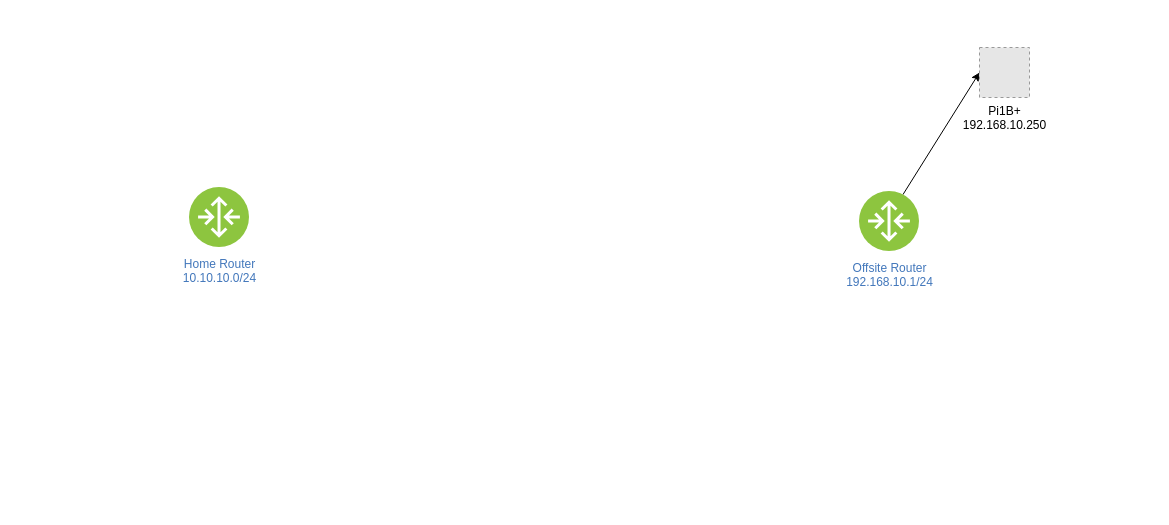
Before: tailnet.drawio in Lhtrf/drawio, a draw.io diagram. Source tidied: cells renumbered, new cells numbered last; positions are measured from the earlier drawing's top-left corner, leaving out a move shared by most shapes. Both pictures are drawn from the tidied source at 100%, with x=0, y=0 at pixel (189, 47). Pictures stored in the file or linked from it are replaced by grey dashed boxes.
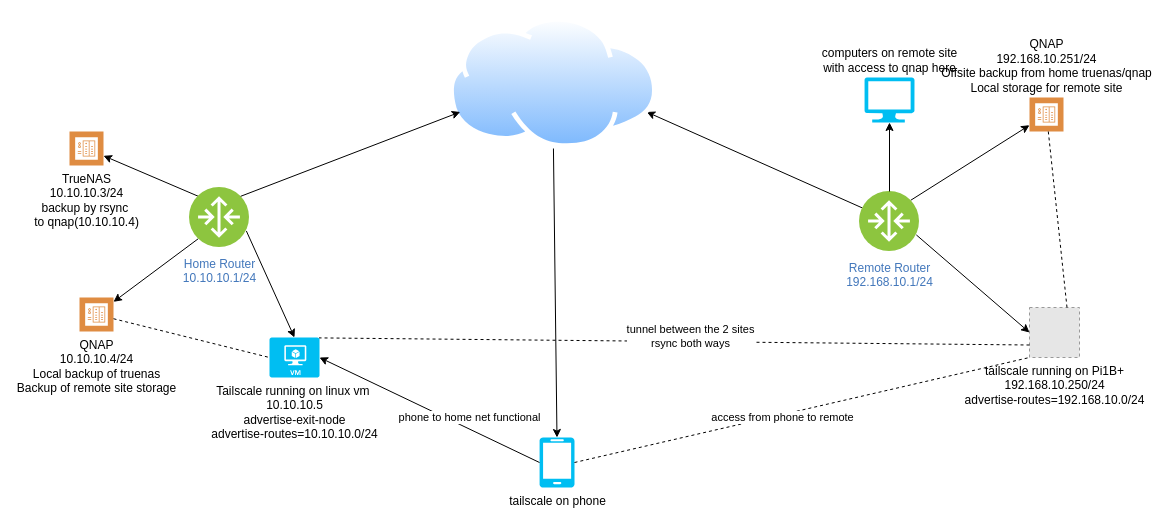
The same diagram, later.

Change to the diagram source:
```diff
@@
+    <mxCell id="6" style="rounded=0;jettySize=auto;html=1;exitX=0;exitY=1;exitDx=0;exitDy=0;" parent="1" edge="1" source="2" target="14">
+      <mxGeometry relative="1" as="geometry" />
+    </mxCell>
+    <mxCell id="7" style="rounded=0;jettySize=auto;html=1;exitX=0;exitY=0;exitDx=0;exitDy=0;" parent="1" edge="1" source="2" target="13">
+      <mxGeometry relative="1" as="geometry" />
+    </mxCell>
-    <mxCell id="2" value="&lt;div&gt;Home Router&lt;/div&gt;&lt;div&gt;10.10.10.0/24&lt;br&gt;&lt;/div&gt;" style="image;perimeter=ellipsePerimeter;html=1;align=center;shadow=0;dashed=0;fontColor=#4277BB;labelBackgroundColor=default;fontSize=12;spacingTop=3;image=img/lib/ibm/vpc/Router.svg;" parent="1" vertex="1">
+    <mxCell id="2" value="&lt;div&gt;Home Router&lt;/div&gt;&lt;div&gt;10.10.10.1/24&lt;br&gt;&lt;/div&gt;" style="image;perimeter=ellipsePerimeter;html=1;align=center;shadow=0;dashed=0;fontColor=#4277BB;labelBackgroundColor=default;fontSize=12;spacingTop=3;image=img/lib/ibm/vpc/Router.svg;" parent="1" vertex="1">
       <mxGeometry y="140" width="60" height="60" as="geometry" />
     </mxCell>
-    <mxCell id="3" style="rounded=0;jettySize=auto;html=1;exitX=0.75;exitY=0;exitDx=0;exitDy=0;entryX=0;entryY=0.5;entryDx=0;entryDy=0;" parent="1" edge="1" source="4" target="5">
+    <mxCell id="3" style="rounded=0;jettySize=auto;html=1;exitX=1;exitY=0.75;exitDx=0;exitDy=0;entryX=0;entryY=0.5;entryDx=0;entryDy=0;" parent="1" edge="1" source="4" target="5">
       <mxGeometry relative="1" as="geometry" />
     </mxCell>
+    <mxCell id="8" style="rounded=0;jettySize=auto;html=1;exitX=1;exitY=0;exitDx=0;exitDy=0;" parent="1" edge="1" source="4" target="10">
+      <mxGeometry relative="1" as="geometry" />
+    </mxCell>
+    <mxCell id="9" style="rounded=0;jettySize=auto;html=1;exitX=0;exitY=0.25;exitDx=0;exitDy=0;entryX=1;entryY=0.75;entryDx=0;entryDy=0;" parent="1" edge="1" source="4" target="11">
+      <mxGeometry relative="1" as="geometry" />
+    </mxCell>
-    <mxCell id="4" value="&lt;div&gt;Offsite Router&lt;/div&gt;&lt;div&gt;192.168.10.1/24&lt;br&gt;&lt;/div&gt;" style="image;perimeter=ellipsePerimeter;html=1;align=center;shadow=0;dashed=0;fontColor=#4277BB;labelBackgroundColor=default;fontSize=12;spacingTop=3;image=img/lib/ibm/vpc/Router.svg;" parent="1" vertex="1">
+    <mxCell id="4" value="&lt;div&gt;Remote Router&lt;/div&gt;&lt;div&gt;192.168.10.1/24&lt;br&gt;&lt;/div&gt;" style="image;perimeter=ellipsePerimeter;html=1;align=center;shadow=0;dashed=0;fontColor=#4277BB;labelBackgroundColor=default;fontSize=12;spacingTop=3;image=img/lib/ibm/vpc/Router.svg;" parent="1" vertex="1">
       <mxGeometry x="670" y="144" width="60" height="60" as="geometry" />
     </mxCell>
-    <mxCell id="5" value="&lt;div&gt;Pi1B+&lt;/div&gt;&lt;div&gt;192.168.10.250&lt;br&gt;&lt;/div&gt;" style="fillColor=#E6E6E6;strokeColor=#999999;dashed=1;html=1;verticalAlign=top;verticalLabelPosition=bottom;labelBackgroundColor=#ffffff;" parent="1" vertex="1">
-      <mxGeometry x="790" width="50" height="50" as="geometry" />
+    <mxCell id="5" value="&lt;div&gt;tailscale running on Pi1B+&lt;/div&gt;&lt;div&gt;192.168.10.250/24&lt;/div&gt;&lt;div&gt;advertise-routes=192.168.10.0/24&lt;br&gt;&lt;/div&gt;" style="fillColor=#E6E6E6;strokeColor=#999999;dashed=1;html=1;verticalAlign=top;verticalLabelPosition=bottom;labelBackgroundColor=#ffffff;" parent="1" vertex="1">
+      <mxGeometry x="840" y="260" width="50" height="50" as="geometry" />
     </mxCell>
+    <mxCell id="10" value="&lt;div&gt;QNAP&lt;/div&gt;&lt;div&gt;192.168.10.251/24&lt;/div&gt;&lt;div&gt;Offsite backup from home truenas/qnap&lt;br&gt;&lt;/div&gt;&lt;div&gt;Local storage for remote site&lt;br&gt;&lt;/div&gt;" style="sketch=0;shadow=0;dashed=0;html=1;strokeColor=none;fillColor=#DF8C42;labelPosition=center;verticalLabelPosition=top;verticalAlign=bottom;align=center;outlineConnect=0;shape=mxgraph.veeam2.nas_backup;" parent="1" vertex="1">
+      <mxGeometry x="840" y="50" width="34" height="34" as="geometry" />
+    </mxCell>
+    <mxCell id="11" style="image;perimeter=ellipsePerimeter;html=1;align=center;shadow=0;dashed=0;spacingTop=3;image=img/lib/active_directory/internet_cloud.svg;" parent="1" vertex="1">
+      <mxGeometry x="260" y="-30" width="207.9" height="131" as="geometry" />
+    </mxCell>
+    <mxCell id="12" style="rounded=0;jettySize=auto;html=1;exitX=1;exitY=0;exitDx=0;exitDy=0;entryX=0;entryY=0.75;entryDx=0;entryDy=0;" parent="1" edge="1" source="2" target="11">
+      <mxGeometry relative="1" as="geometry" />
+    </mxCell>
+    <mxCell id="13" value="&lt;div&gt;&lt;div&gt;TrueNAS&lt;/div&gt;&lt;div&gt;10.10.10.3/24&lt;/div&gt;&lt;div&gt;backup by rsync&amp;nbsp;&lt;/div&gt;&lt;div&gt;to qnap(10.10.10.4)&lt;br&gt;&lt;/div&gt;&lt;/div&gt;" style="sketch=0;shadow=0;dashed=0;html=1;strokeColor=none;fillColor=#DF8C42;labelPosition=center;verticalLabelPosition=bottom;verticalAlign=top;align=center;outlineConnect=0;shape=mxgraph.veeam2.nas_backup;" parent="1" vertex="1">
+      <mxGeometry x="-120" y="84" width="34" height="34" as="geometry" />
+    </mxCell>
+    <mxCell id="14" value="&lt;div&gt;QNAP&lt;/div&gt;&lt;div&gt;10.10.10.4/24&lt;/div&gt;&lt;div&gt;Local backup of truenas&lt;/div&gt;&lt;div&gt;Backup of remote site storage&lt;br&gt;&lt;/div&gt;" style="sketch=0;shadow=0;dashed=0;html=1;strokeColor=none;fillColor=#DF8C42;labelPosition=center;verticalLabelPosition=bottom;verticalAlign=top;align=center;outlineConnect=0;shape=mxgraph.veeam2.nas_backup;" parent="1" vertex="1">
+      <mxGeometry x="-110" y="250" width="34" height="34" as="geometry" />
+    </mxCell>
+    <mxCell id="15" value="&lt;div&gt;Tailscale running on linux vm&amp;nbsp;&lt;/div&gt;&lt;div&gt;10.10.10.5&lt;/div&gt;&lt;div&gt;advertise-exit-node&lt;/div&gt;&lt;div&gt;advertise-routes=10.10.10.0/24&lt;br&gt;&lt;/div&gt;&lt;div&gt;&lt;br&gt;&lt;/div&gt;" style="verticalLabelPosition=bottom;html=1;verticalAlign=top;align=center;strokeColor=none;fillColor=#00BEF2;shape=mxgraph.azure.virtual_machine;" parent="1" vertex="1">
+      <mxGeometry x="80" y="290" width="50" height="40" as="geometry" />
+    </mxCell>
+    <mxCell id="16" style="rounded=0;jettySize=auto;html=1;exitX=1;exitY=0.75;exitDx=0;exitDy=0;entryX=0.5;entryY=0;entryDx=0;entryDy=0;entryPerimeter=0;" parent="1" edge="1" source="2" target="15">
+      <mxGeometry relative="1" as="geometry" />
+    </mxCell>
+    <mxCell id="17" style="endArrow=none;dashed=1;html=1;rounded=0;entryX=0;entryY=0.5;entryDx=0;entryDy=0;entryPerimeter=0;" parent="1" edge="1" source="14" target="15">
+      <mxGeometry relative="1" as="geometry" />
+    </mxCell>
+    <mxCell id="18" style="endArrow=none;dashed=1;html=1;rounded=0;entryX=0.99;entryY=0.01;entryDx=0;entryDy=0;entryPerimeter=0;exitX=0;exitY=0.75;exitDx=0;exitDy=0;" parent="1" edge="1" source="5" target="15">
+      <mxGeometry relative="1" as="geometry" />
+    </mxCell>
+    <mxCell id="19" value="&lt;div&gt;tunnel between the 2 sites&lt;/div&gt;&lt;div&gt;rsync both ways &lt;br&gt;&lt;/div&gt;" style="edgeLabel;html=1;align=center;verticalAlign=middle;" parent="18" vertex="1">
+      <mxGeometry x="0.71" relative="1" as="geometry">
+        <mxPoint x="268" y="-3" as="offset" />
+      </mxGeometry>
+    </mxCell>
+    <mxCell id="20" style="endArrow=none;dashed=1;html=1;rounded=0;exitX=0.75;exitY=0;exitDx=0;exitDy=0;" parent="1" edge="1" source="5" target="10">
+      <mxGeometry relative="1" as="geometry" />
+    </mxCell>
+    <mxCell id="21" value="tailscale on phone" style="verticalLabelPosition=bottom;html=1;verticalAlign=top;align=center;strokeColor=none;fillColor=#00BEF2;shape=mxgraph.azure.mobile;" parent="1" vertex="1">
+      <mxGeometry x="350" y="390" width="35" height="50" as="geometry" />
+    </mxCell>
+    <mxCell id="22" style="rounded=0;jettySize=auto;html=1;exitX=0.5;exitY=1;exitDx=0;exitDy=0;entryX=0.5;entryY=0;entryDx=0;entryDy=0;entryPerimeter=0;" parent="1" edge="1" source="11" target="21">
+      <mxGeometry relative="1" as="geometry" />
+    </mxCell>
+    <mxCell id="23" style="rounded=0;jettySize=auto;html=1;exitX=0;exitY=0.5;exitDx=0;exitDy=0;exitPerimeter=0;entryX=1;entryY=0.5;entryDx=0;entryDy=0;entryPerimeter=0;" parent="1" edge="1" source="21" target="15">
+      <mxGeometry relative="1" as="geometry" />
+    </mxCell>
+    <mxCell id="24" value="phone to home net functional" style="edgeLabel;html=1;align=center;verticalAlign=middle;" parent="23" vertex="1">
+      <mxGeometry x="-0.22" y="3" relative="1" as="geometry">
+        <mxPoint x="17" y="-7" as="offset" />
+      </mxGeometry>
+    </mxCell>
+    <mxCell id="25" style="endArrow=none;dashed=1;html=1;rounded=0;entryX=0;entryY=1;entryDx=0;entryDy=0;exitX=1;exitY=0.5;exitDx=0;exitDy=0;exitPerimeter=0;" parent="1" edge="1" source="21" target="5">
+      <mxGeometry relative="1" as="geometry" />
+    </mxCell>
+    <mxCell id="26" value="access from phone to remote" style="edgeLabel;html=1;align=center;verticalAlign=middle;" parent="25" vertex="1">
+      <mxGeometry x="-0.09" y="-2" relative="1" as="geometry" />
+    </mxCell>
+    <mxCell id="27" value="&lt;div&gt;computers on remote site&lt;/div&gt;&lt;div&gt;with access to qnap here&lt;br&gt;&lt;/div&gt;" style="verticalLabelPosition=top;html=1;verticalAlign=bottom;align=center;strokeColor=none;fillColor=#00BEF2;shape=mxgraph.azure.computer;labelPosition=center;" parent="1" vertex="1">
+      <mxGeometry x="675" y="30" width="50" height="45" as="geometry" />
+    </mxCell>
+    <mxCell id="28" style="edgeStyle=orthogonalEdgeStyle;rounded=0;jettySize=auto;html=1;exitX=0.5;exitY=0;exitDx=0;exitDy=0;entryX=0.5;entryY=1;entryDx=0;entryDy=0;entryPerimeter=0;" parent="1" edge="1" source="4" target="27">
+      <mxGeometry relative="1" as="geometry" />
+    </mxCell>
```
